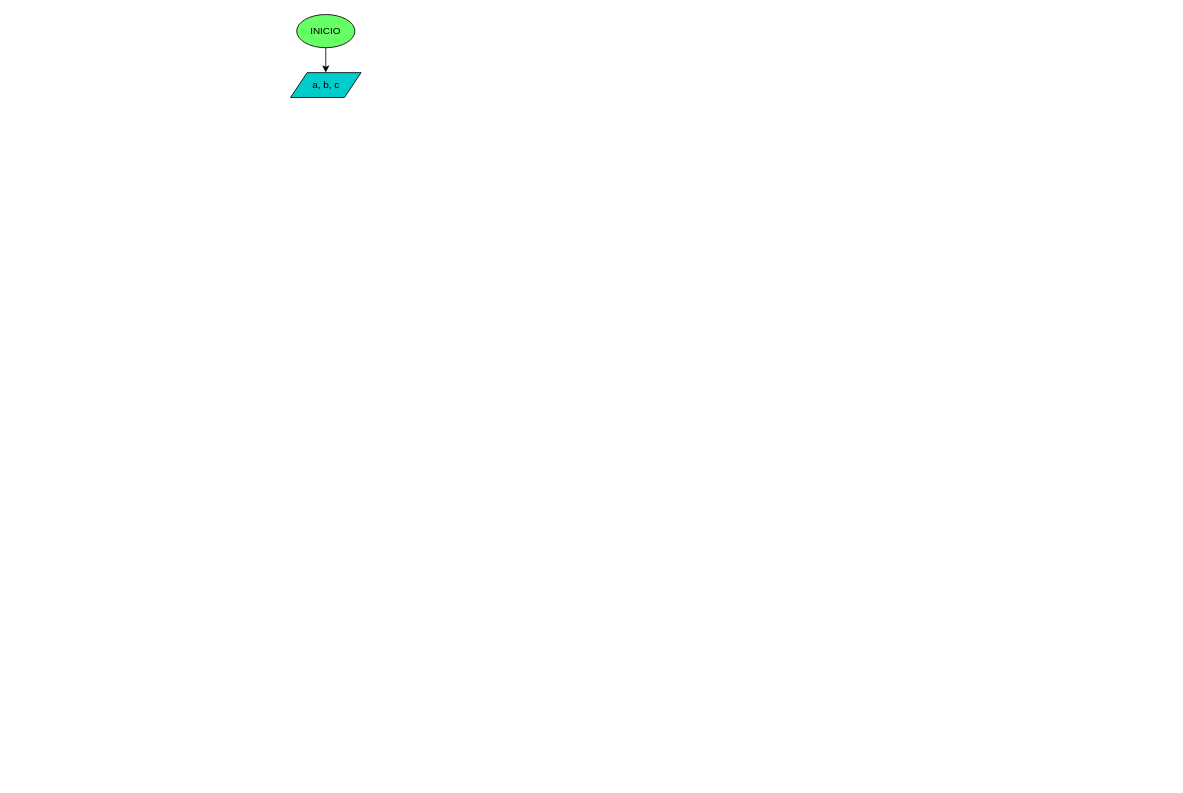
Before: diagrama.drawio in sistemas-colegio-guanenta/quiz-condicionales-luciagomez098, a draw.io diagram. Source tidied: cells renumbered, new cells numbered last; positions are measured from the earlier drawing's top-left corner, leaving out a move shared by most shapes. Both pictures are drawn from the tidied source at 83%, with x=0, y=0 at pixel (290, 14).
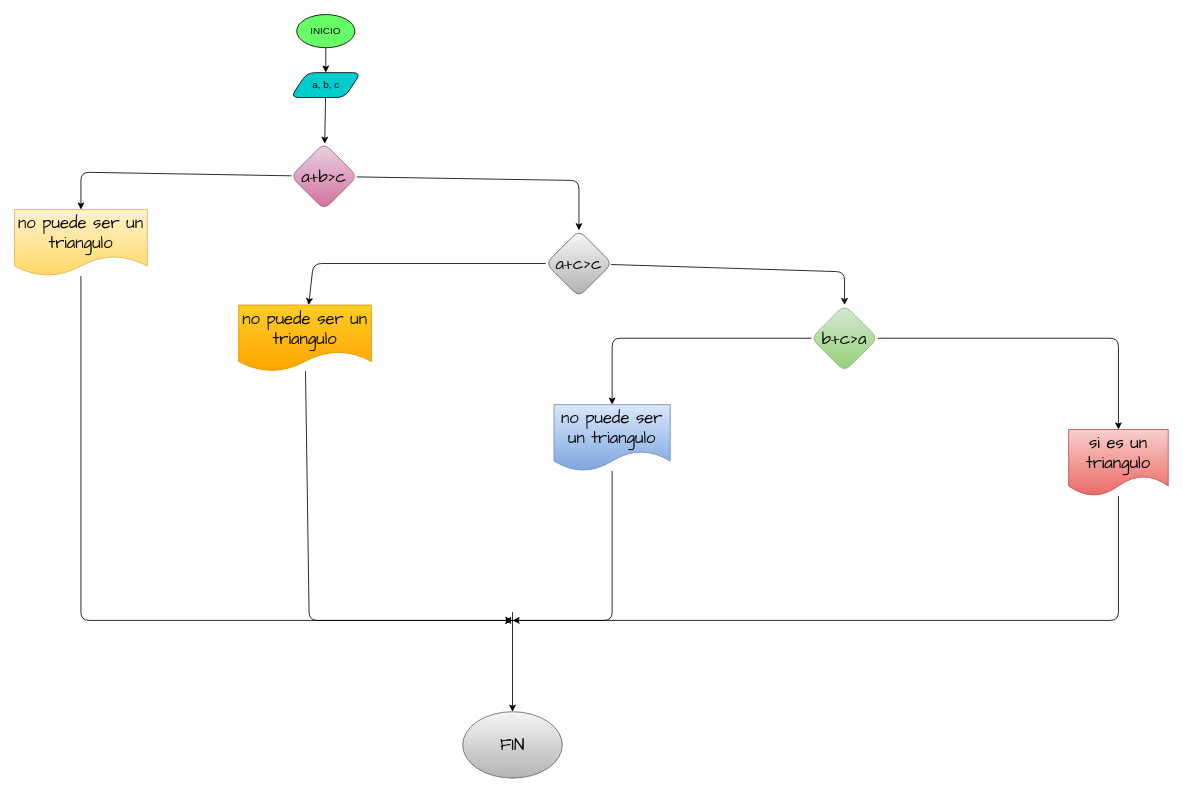
The same page after the edit.

The edit, as a diff of the source:
```diff
@@
-    <mxCell id="2" style="edgeStyle=none;html=1;" parent="1" edge="1" source="3" target="4">
+    <mxCell id="2" style="edgeStyle=none;html=1;fontColor=#0a0a0a;rounded=1;" parent="1" edge="1" source="3" target="4">
       <mxGeometry relative="1" as="geometry" />
     </mxCell>
-    <mxCell id="3" value="INICIO" style="ellipse;whiteSpace=wrap;html=1;fillColor=#66FF66;" parent="1" vertex="1">
+    <mxCell id="3" value="INICIO" style="ellipse;whiteSpace=wrap;html=1;fillColor=#66FF66;fontColor=#0a0a0a;rounded=1;" parent="1" vertex="1">
       <mxGeometry x="8" width="70" height="40" as="geometry" />
     </mxCell>
+    <mxCell id="5" style="edgeStyle=none;hachureGap=4;html=1;fontFamily=Architects Daughter;fontSize=16;fontColor=#0a0a0a;rounded=1;" parent="1" edge="1" source="4" target="8">
+      <mxGeometry relative="1" as="geometry" />
+    </mxCell>
-    <mxCell id="4" value="a, b, c" style="shape=parallelogram;perimeter=parallelogramPerimeter;whiteSpace=wrap;html=1;fixedSize=1;fillColor=#00CCCC;" parent="1" vertex="1">
+    <mxCell id="4" value="a, b, c" style="shape=parallelogram;perimeter=parallelogramPerimeter;whiteSpace=wrap;html=1;fixedSize=1;fillColor=#00CCCC;fontColor=#0a0a0a;rounded=1;" parent="1" vertex="1">
       <mxGeometry x="0.5" y="70" width="85" height="30" as="geometry" />
     </mxCell>
+    <mxCell id="6" style="edgeStyle=none;hachureGap=4;html=1;fontFamily=Architects Daughter;fontSize=16;fontColor=#0a0a0a;rounded=1;" parent="1" edge="1" source="8" target="11">
+      <mxGeometry relative="1" as="geometry">
+        <Array as="points">
+          <mxPoint x="348" y="200" />
+        </Array>
+      </mxGeometry>
+    </mxCell>
+    <mxCell id="7" style="edgeStyle=none;hachureGap=4;html=1;fontFamily=Architects Daughter;fontSize=16;fontColor=#0a0a0a;rounded=1;" parent="1" edge="1" source="8" target="18">
+      <mxGeometry relative="1" as="geometry">
+        <Array as="points">
+          <mxPoint x="-252" y="190" />
+        </Array>
+      </mxGeometry>
+    </mxCell>
+    <mxCell id="8" value="a+b&amp;gt;c" style="rhombus;whiteSpace=wrap;html=1;fillColor=#e6d0de;hachureGap=4;fontFamily=Architects Daughter;fontSize=20;gradientColor=#d5739d;strokeColor=#996185;fontColor=#0a0a0a;rounded=1;" parent="1" vertex="1">
+      <mxGeometry x="1" y="155" width="80" height="80" as="geometry" />
+    </mxCell>
+    <mxCell id="9" style="edgeStyle=none;hachureGap=4;html=1;fontFamily=Architects Daughter;fontSize=16;fontColor=#0a0a0a;rounded=1;" parent="1" edge="1" source="11" target="14">
+      <mxGeometry relative="1" as="geometry">
+        <Array as="points">
+          <mxPoint x="668" y="310" />
+        </Array>
+      </mxGeometry>
+    </mxCell>
+    <mxCell id="10" style="edgeStyle=none;hachureGap=4;html=1;fontFamily=Architects Daughter;fontSize=16;fontColor=#0a0a0a;rounded=1;" parent="1" edge="1" source="11" target="20">
+      <mxGeometry relative="1" as="geometry">
+        <Array as="points">
+          <mxPoint x="28" y="300" />
+        </Array>
+      </mxGeometry>
+    </mxCell>
+    <mxCell id="11" value="&lt;font color=&quot;#0d0d0d&quot;&gt;a+c&amp;gt;c&lt;/font&gt;" style="rhombus;whiteSpace=wrap;html=1;fontSize=20;fontFamily=Architects Daughter;hachureGap=4;fillColor=#f5f5f5;gradientColor=#b3b3b3;strokeColor=#666666;rounded=1;" parent="1" vertex="1">
+      <mxGeometry x="308" y="260" width="80" height="80" as="geometry" />
+    </mxCell>
+    <mxCell id="12" style="edgeStyle=none;hachureGap=4;html=1;fontFamily=Architects Daughter;fontSize=16;rounded=1;" parent="1" edge="1" source="14" target="16">
+      <mxGeometry relative="1" as="geometry">
+        <Array as="points">
+          <mxPoint x="998" y="390" />
+        </Array>
+      </mxGeometry>
+    </mxCell>
+    <mxCell id="13" style="edgeStyle=none;hachureGap=4;html=1;fontFamily=Architects Daughter;fontSize=16;fontColor=#0a0a0a;rounded=1;" parent="1" edge="1" source="14" target="22">
+      <mxGeometry relative="1" as="geometry">
+        <Array as="points">
+          <mxPoint x="388" y="390" />
+        </Array>
+      </mxGeometry>
+    </mxCell>
+    <mxCell id="14" value="b+c&amp;gt;a" style="rhombus;whiteSpace=wrap;html=1;fontSize=20;fontFamily=Architects Daughter;fillColor=#d5e8d4;hachureGap=4;gradientColor=#97d077;strokeColor=#82b366;fontColor=#0a0a0a;rounded=1;" parent="1" vertex="1">
+      <mxGeometry x="628" y="350" width="80" height="80" as="geometry" />
+    </mxCell>
+    <mxCell id="15" style="edgeStyle=none;hachureGap=4;html=1;fontFamily=Architects Daughter;fontSize=16;rounded=1;" parent="1" edge="1" source="16">
+      <mxGeometry relative="1" as="geometry">
+        <mxPoint x="258" y="730" as="targetPoint" />
+        <Array as="points">
+          <mxPoint x="998" y="730" />
+        </Array>
+      </mxGeometry>
+    </mxCell>
+    <mxCell id="16" value="&lt;font color=&quot;#000000&quot;&gt;si es un triangulo&lt;/font&gt;" style="shape=document;whiteSpace=wrap;html=1;boundedLbl=1;fontSize=20;fontFamily=Architects Daughter;fillColor=#f8cecc;hachureGap=4;gradientColor=#ea6b66;strokeColor=#b85450;rounded=1;" parent="1" vertex="1">
+      <mxGeometry x="938" y="500" width="120" height="80" as="geometry" />
+    </mxCell>
+    <mxCell id="17" style="edgeStyle=none;hachureGap=4;html=1;fontFamily=Architects Daughter;fontSize=16;fontColor=#0a0a0a;rounded=1;" parent="1" edge="1" source="18">
+      <mxGeometry relative="1" as="geometry">
+        <mxPoint x="268" y="730" as="targetPoint" />
+        <Array as="points">
+          <mxPoint x="-252" y="730" />
+        </Array>
+      </mxGeometry>
+    </mxCell>
+    <mxCell id="18" value="no puede ser un triangulo" style="shape=document;whiteSpace=wrap;html=1;boundedLbl=1;fontSize=20;fontFamily=Architects Daughter;fillColor=#fff2cc;hachureGap=4;gradientColor=#ffd966;strokeColor=#d6b656;fontColor=#0a0a0a;rounded=1;" parent="1" vertex="1">
+      <mxGeometry x="-332" y="235" width="160" height="80" as="geometry" />
+    </mxCell>
+    <mxCell id="19" style="edgeStyle=none;hachureGap=4;html=1;fontFamily=Architects Daughter;fontSize=16;fontColor=#0a0a0a;rounded=1;" parent="1" edge="1" source="20">
+      <mxGeometry relative="1" as="geometry">
+        <mxPoint x="268" y="730" as="targetPoint" />
+        <Array as="points">
+          <mxPoint x="23" y="730" />
+        </Array>
+      </mxGeometry>
+    </mxCell>
+    <mxCell id="20" value="no puede ser un triangulo" style="shape=document;whiteSpace=wrap;html=1;boundedLbl=1;fontSize=20;fontFamily=Architects Daughter;fillColor=#ffcd28;hachureGap=4;gradientColor=#ffa500;strokeColor=#d79b00;fontColor=#0a0a0a;rounded=1;" parent="1" vertex="1">
+      <mxGeometry x="-62" y="350" width="160" height="80" as="geometry" />
+    </mxCell>
+    <mxCell id="21" style="edgeStyle=none;hachureGap=4;html=1;fontFamily=Architects Daughter;fontSize=16;fontColor=#0a0a0a;rounded=1;" parent="1" edge="1" source="22">
+      <mxGeometry relative="1" as="geometry">
+        <mxPoint x="268" y="730" as="targetPoint" />
+        <Array as="points">
+          <mxPoint x="388" y="730" />
+        </Array>
+      </mxGeometry>
+    </mxCell>
+    <mxCell id="22" value="no puede ser un triangulo" style="shape=document;whiteSpace=wrap;html=1;boundedLbl=1;fontSize=20;fontFamily=Architects Daughter;fillColor=#dae8fc;hachureGap=4;gradientColor=#7ea6e0;strokeColor=#6c8ebf;fontColor=#0a0a0a;rounded=1;" parent="1" vertex="1">
+      <mxGeometry x="318" y="470" width="140" height="80" as="geometry" />
+    </mxCell>
+    <mxCell id="23" style="edgeStyle=none;jettySize=auto;html=1;hachureGap=4;fontFamily=Architects Daughter;fontSize=16;fontColor=#0a0a0a;rounded=1;" parent="1" edge="1" target="24">
+      <mxGeometry relative="1" as="geometry">
+        <mxPoint x="268" y="720" as="sourcePoint" />
+      </mxGeometry>
+    </mxCell>
+    <mxCell id="24" value="FIN" style="ellipse;whiteSpace=wrap;html=1;hachureGap=4;fontFamily=Architects Daughter;fontSize=20;fillColor=#f5f5f5;strokeColor=#666666;gradientColor=#b3b3b3;fontColor=#0a0a0a;rounded=1;" parent="1" vertex="1">
+      <mxGeometry x="208" y="840" width="120" height="80" as="geometry" />
+    </mxCell>
```
